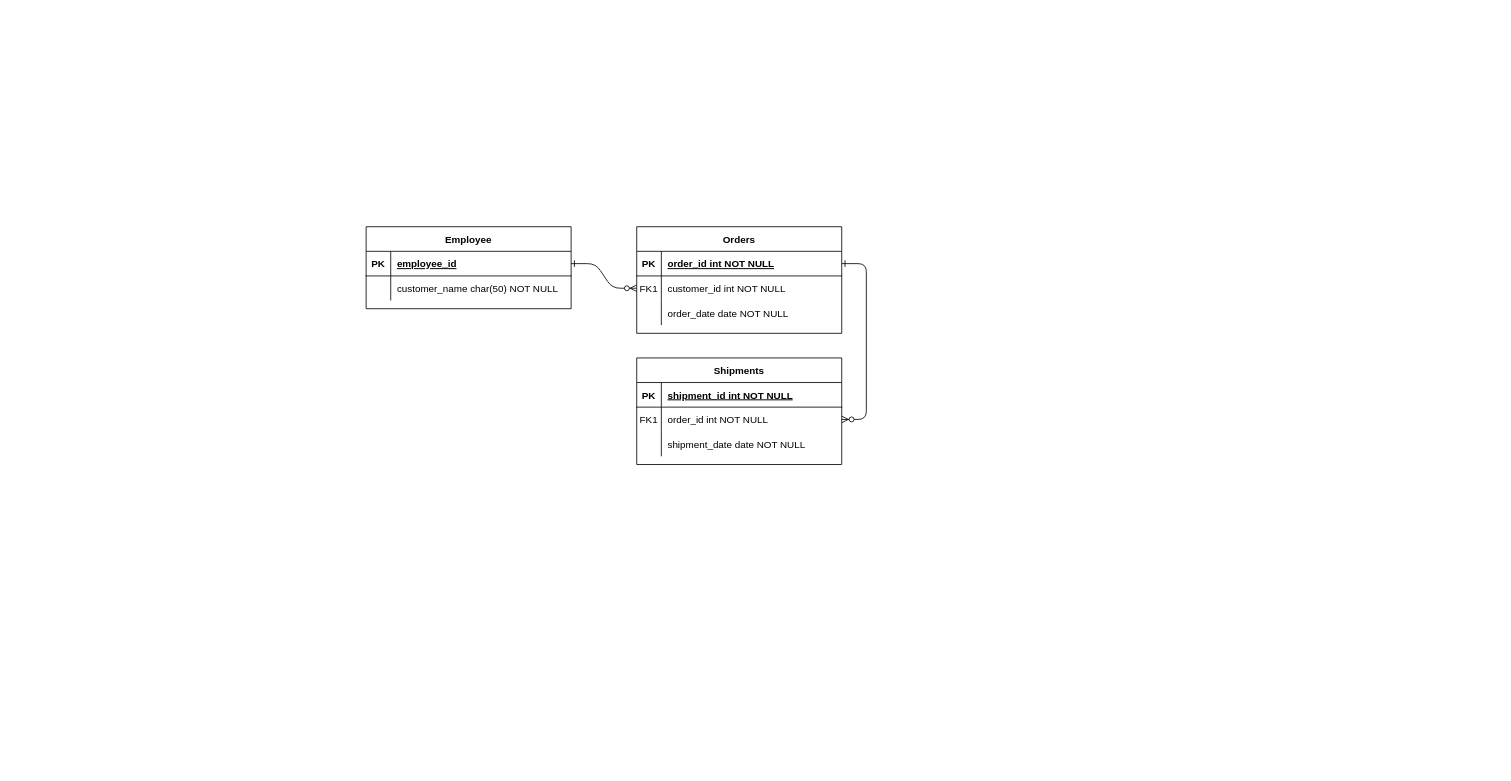
Earlier version of the draw.io diagram Untitled Diagram.drawio (solonarr/ET_test-analytics). Source tidied: cells renumbered, new cells numbered last; positions are measured from the earlier drawing's top-left corner, leaving out a move shared by most shapes. Both pictures are drawn from the tidied source at 82%, with x=0, y=0 at pixel (366, 226).
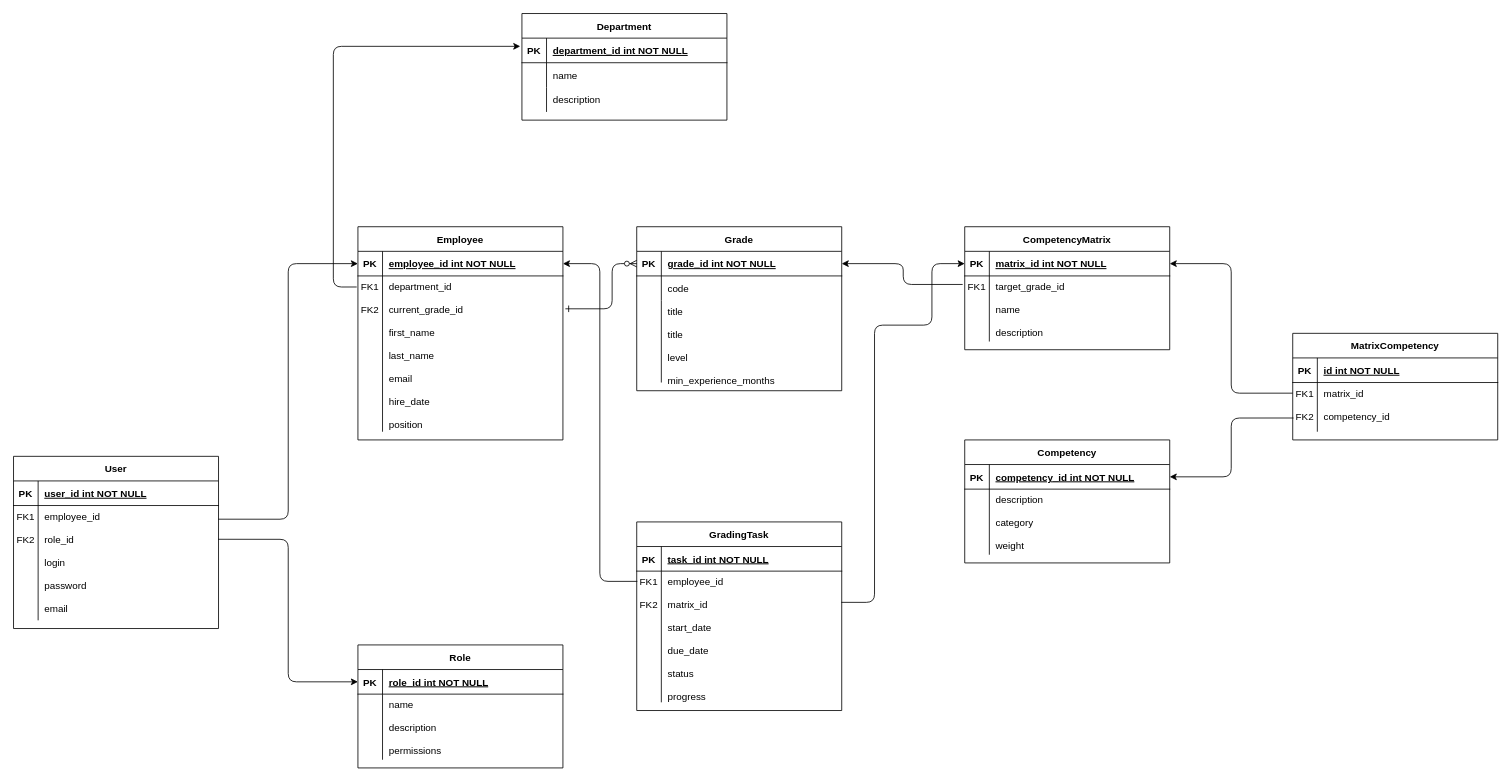
After the change.

Unchanged cells that the change refers to:
```xml
<mxCell id="5" style="shape=partialRectangle;fillColor=none;points=[[0,0.5],[1,0.5]];portConstraint=eastwest;top=0;left=0;right=0;bottom=1;" parent="4" vertex="1">
  <mxGeometry y="30" width="250" height="30" as="geometry" />
</mxCell>
<mxCell id="8" style="shape=partialRectangle;fillColor=none;points=[[0,0.5],[1,0.5]];portConstraint=eastwest;top=0;left=0;right=0;bottom=0;" parent="4" vertex="1">
  <mxGeometry y="60" width="250" height="30" as="geometry" />
</mxCell>
<mxCell id="15" style="shape=partialRectangle;fillColor=none;top=0;left=0;right=0;bottom=1;" parent="14" vertex="1">
  <mxGeometry y="30" width="250" height="30" as="geometry" />
</mxCell>
<mxCell id="18" style="shape=partialRectangle;fillColor=none;points=[[0,0.5],[1,0.5]];portConstraint=eastwest;top=0;left=0;right=0;bottom=0;" parent="14" vertex="1">
  <mxGeometry y="60" width="250" height="30" as="geometry" />
</mxCell>
<mxCell id="21" style="shape=partialRectangle;fillColor=none;top=0;left=0;right=0;bottom=0;" parent="14" vertex="1">
  <mxGeometry y="90" width="250" height="30" as="geometry" />
</mxCell>
<mxCell id="25" style="shape=partialRectangle;fillColor=none;points=[[0,0.5],[1,0.5]];portConstraint=eastwest;top=0;left=0;right=0;bottom=1;" parent="24" vertex="1">
  <mxGeometry y="30" width="250" height="30" as="geometry" />
</mxCell>
```

Change to the diagram source:
```diff
@@
-    <mxCell id="2" style="edgeStyle=entityRelationEdgeStyle;endArrow=ERzeroToMany;startArrow=ERone;endFill=1;startFill=0;" parent="1" edge="1" source="25" target="8">
-      <mxGeometry relative="1" as="geometry" />
+    <mxCell id="2" style="endArrow=ERzeroToMany;startArrow=ERone;endFill=1;startFill=0;exitX=1.012;exitY=0.211;exitDx=0;exitDy=0;exitPerimeter=0;entryX=0;entryY=0.5;entryDx=0;entryDy=0;edgeStyle=orthogonalEdgeStyle;" parent="1" edge="1" source="28" target="5">
+      <mxGeometry relative="1" as="geometry">
+        <Array as="points">
+          <mxPoint x="300" y="100" />
+          <mxPoint x="300" y="45" />
+        </Array>
+      </mxGeometry>
     </mxCell>
-    <mxCell id="3" style="edgeStyle=entityRelationEdgeStyle;endArrow=ERzeroToMany;startArrow=ERone;endFill=1;startFill=0;" parent="1" edge="1" source="5" target="18">
-      <mxGeometry relative="1" as="geometry" />
-    </mxCell>
-    <mxCell id="4" value="Orders" style="shape=table;startSize=30;childLayout=tableLayout;rowLines=0;fontStyle=1;align=center;" parent="1" vertex="1">
-      <mxGeometry x="330" width="250" height="130" as="geometry" />
+    <mxCell id="4" value="Grade" style="shape=table;startSize=30;childLayout=tableLayout;rowLines=0;fontStyle=1;align=center;" parent="1" vertex="1">
+      <mxGeometry x="330" width="250" height="200" as="geometry" />
     </mxCell>
@@
-    <mxCell id="7" value="order_id int NOT NULL " style="shape=partialRectangle;overflow=hidden;fillColor=none;top=0;left=0;bottom=0;right=0;align=left;spacingLeft=6;fontStyle=5;" parent="5" vertex="1">
+    <mxCell id="7" value="grade_id int NOT NULL" style="shape=partialRectangle;overflow=hidden;fillColor=none;top=0;left=0;bottom=0;right=0;align=left;spacingLeft=6;fontStyle=5;" parent="5" vertex="1">
       <mxGeometry x="30" width="220" height="30" as="geometry" />
     </mxCell>
@@
-    <mxCell id="9" value="FK1" style="shape=partialRectangle;overflow=hidden;fillColor=none;top=0;left=0;bottom=0;right=0;" parent="8" vertex="1">
+    <mxCell id="9" style="shape=partialRectangle;overflow=hidden;fillColor=none;top=0;left=0;bottom=0;right=0;" parent="8" vertex="1">
       <mxGeometry width="30" height="30" as="geometry" />
     </mxCell>
-    <mxCell id="10" value="customer_id int NOT NULL" style="shape=partialRectangle;overflow=hidden;fillColor=none;top=0;left=0;bottom=0;right=0;align=left;spacingLeft=6;" parent="8" vertex="1">
+    <mxCell id="10" value="code" style="shape=partialRectangle;overflow=hidden;fillColor=none;top=0;left=0;bottom=0;right=0;align=left;spacingLeft=6;" parent="8" vertex="1">
       <mxGeometry x="30" width="220" height="30" as="geometry" />
     </mxCell>
     <mxCell id="11" style="shape=partialRectangle;fillColor=none;top=0;left=0;right=0;bottom=0;" parent="4" vertex="1">
-      <mxGeometry y="90" width="250" height="30" as="geometry" />
+      <mxGeometry y="90" width="250" height="100" as="geometry" />
     </mxCell>
     <mxCell id="12" style="shape=partialRectangle;overflow=hidden;fillColor=none;top=0;left=0;bottom=0;right=0;" parent="11" vertex="1">
-      <mxGeometry width="30" height="30" as="geometry" />
+      <mxGeometry width="30" height="100" as="geometry" />
     </mxCell>
-    <mxCell id="13" value="order_date date NOT NULL" style="shape=partialRectangle;overflow=hidden;fillColor=none;top=0;left=0;bottom=0;right=0;align=left;spacingLeft=6;" parent="11" vertex="1">
-      <mxGeometry x="30" width="220" height="30" as="geometry" />
+    <mxCell id="13" value="title&#10;&#10;title&#10;&#10;level&#10;&#10;min_experience_months" style="shape=partialRectangle;overflow=hidden;fillColor=none;top=0;left=0;bottom=0;right=0;align=left;spacingLeft=6;verticalAlign=top;" parent="11" vertex="1">
+      <mxGeometry x="30" width="220" height="100" as="geometry" />
     </mxCell>
-    <mxCell id="14" value="Shipments" style="shape=table;startSize=30;childLayout=tableLayout;rowLines=0;fontStyle=1;align=center;" parent="1" vertex="1">
-      <mxGeometry x="330" y="160" width="250" height="130" as="geometry" />
+    <mxCell id="14" value="Department" style="shape=table;startSize=30;childLayout=tableLayout;rowLines=0;fontStyle=1;align=center;" parent="1" vertex="1">
+      <mxGeometry x="190" y="-260" width="250" height="130" as="geometry" />
     </mxCell>
@@
-    <mxCell id="17" value="shipment_id int NOT NULL " style="shape=partialRectangle;overflow=hidden;fillColor=none;top=0;left=0;bottom=0;right=0;align=left;spacingLeft=6;fontStyle=5;" parent="15" vertex="1">
+    <mxCell id="17" value="department_id int NOT NULL " style="shape=partialRectangle;overflow=hidden;fillColor=none;top=0;left=0;bottom=0;right=0;align=left;spacingLeft=6;fontStyle=5;" parent="15" vertex="1">
       <mxGeometry x="30" width="220" height="30" as="geometry" />
     </mxCell>
@@
-    <mxCell id="19" value="FK1" style="shape=partialRectangle;overflow=hidden;fillColor=none;top=0;left=0;bottom=0;right=0;" parent="18" vertex="1">
+    <mxCell id="19" style="shape=partialRectangle;overflow=hidden;fillColor=none;top=0;left=0;bottom=0;right=0;" parent="18" vertex="1">
       <mxGeometry width="30" height="30" as="geometry" />
     </mxCell>
-    <mxCell id="20" value="order_id int NOT NULL" style="shape=partialRectangle;overflow=hidden;fillColor=none;top=0;left=0;bottom=0;right=0;align=left;spacingLeft=6;" parent="18" vertex="1">
+    <mxCell id="20" value="name" style="shape=partialRectangle;overflow=hidden;fillColor=none;top=0;left=0;bottom=0;right=0;align=left;spacingLeft=6;" parent="18" vertex="1">
       <mxGeometry x="30" width="220" height="30" as="geometry" />
     </mxCell>
@@
-    <mxCell id="23" value="shipment_date date NOT NULL" style="shape=partialRectangle;overflow=hidden;fillColor=none;top=0;left=0;bottom=0;right=0;align=left;spacingLeft=6;" parent="21" vertex="1">
+    <mxCell id="23" value="description" style="shape=partialRectangle;overflow=hidden;fillColor=none;top=0;left=0;bottom=0;right=0;align=left;spacingLeft=6;" parent="21" vertex="1">
       <mxGeometry x="30" width="220" height="30" as="geometry" />
     </mxCell>
     <mxCell id="24" value="Employee" style="shape=table;startSize=30;childLayout=tableLayout;rowLines=0;fontStyle=1;align=center;" parent="1" vertex="1">
-      <mxGeometry width="250" height="100" as="geometry" />
+      <mxGeometry x="-10" width="250" height="260" as="geometry" />
     </mxCell>
@@
-    <mxCell id="27" value="employee_id " style="shape=partialRectangle;overflow=hidden;fillColor=none;top=0;left=0;bottom=0;right=0;align=left;spacingLeft=6;fontStyle=5;" parent="25" vertex="1">
+    <mxCell id="27" value="employee_id int NOT NULL" style="shape=partialRectangle;overflow=hidden;fillColor=none;top=0;left=0;bottom=0;right=0;align=left;spacingLeft=6;fontStyle=5;" parent="25" vertex="1">
       <mxGeometry x="30" width="220" height="30" as="geometry" />
     </mxCell>
     <mxCell id="28" style="shape=partialRectangle;fillColor=none;points=[[0,0.5],[1,0.5]];portConstraint=eastwest;top=0;left=0;right=0;bottom=0;" parent="24" vertex="1">
-      <mxGeometry y="60" width="250" height="30" as="geometry" />
+      <mxGeometry y="60" width="250" height="190" as="geometry" />
     </mxCell>
-    <mxCell id="29" style="shape=partialRectangle;overflow=hidden;fillColor=none;top=0;left=0;bottom=0;right=0;" parent="28" vertex="1">
-      <mxGeometry width="30" height="30" as="geometry" />
+    <mxCell id="29" value="FK1&#10;&#10;FK2" style="shape=partialRectangle;overflow=hidden;fillColor=none;top=0;left=0;bottom=0;right=0;verticalAlign=top;" parent="28" vertex="1">
+      <mxGeometry width="30" height="190" as="geometry" />
     </mxCell>
-    <mxCell id="30" value="customer_name char(50) NOT NULL" style="shape=partialRectangle;overflow=hidden;fillColor=none;top=0;left=0;bottom=0;right=0;align=left;spacingLeft=6;" parent="28" vertex="1">
-      <mxGeometry x="30" width="220" height="30" as="geometry" />
+    <mxCell id="30" value="department_id &#10;&#10;current_grade_id&#10;&#10;first_name&#10;&#10;last_name&#10;&#10;email&#10;&#10;hire_date&#10;&#10;position&#10; &#10;&#10;" style="shape=partialRectangle;overflow=hidden;fillColor=none;top=0;left=0;bottom=0;right=0;align=left;spacingLeft=6;verticalAlign=top;" parent="28" vertex="1">
+      <mxGeometry x="30" width="220" height="190" as="geometry" />
     </mxCell>
+    <mxCell id="31" value="CompetencyMatrix" style="shape=table;startSize=30;childLayout=tableLayout;rowLines=0;fontStyle=1;align=center;" parent="1" vertex="1">
+      <mxGeometry x="730" width="250" height="150" as="geometry" />
+    </mxCell>
+    <mxCell id="32" style="shape=partialRectangle;fillColor=none;points=[[0,0.5],[1,0.5]];portConstraint=eastwest;top=0;left=0;right=0;bottom=1;" parent="31" vertex="1">
+      <mxGeometry y="30" width="250" height="30" as="geometry" />
+    </mxCell>
+    <mxCell id="33" value="PK" style="shape=partialRectangle;overflow=hidden;fillColor=none;top=0;left=0;bottom=0;right=0;fontStyle=1;" parent="32" vertex="1">
+      <mxGeometry width="30" height="30" as="geometry" />
+    </mxCell>
+    <mxCell id="34" value="matrix_id int NOT NULL" style="shape=partialRectangle;overflow=hidden;fillColor=none;top=0;left=0;bottom=0;right=0;align=left;spacingLeft=6;fontStyle=5;" parent="32" vertex="1">
+      <mxGeometry x="30" width="220" height="30" as="geometry" />
+    </mxCell>
+    <mxCell id="35" style="shape=partialRectangle;fillColor=none;points=[[0,0.5],[1,0.5]];portConstraint=eastwest;top=0;left=0;right=0;bottom=0;" parent="31" vertex="1">
+      <mxGeometry y="60" width="250" height="80" as="geometry" />
+    </mxCell>
+    <mxCell id="36" value="FK1" style="shape=partialRectangle;overflow=hidden;fillColor=none;top=0;left=0;bottom=0;right=0;verticalAlign=top;" parent="35" vertex="1">
+      <mxGeometry width="30" height="80" as="geometry" />
+    </mxCell>
+    <mxCell id="37" value="target_grade_id&#10;&#10;name&#10;&#10;description " style="shape=partialRectangle;overflow=hidden;fillColor=none;top=0;left=0;bottom=0;right=0;align=left;spacingLeft=6;verticalAlign=top;" parent="35" vertex="1">
+      <mxGeometry x="30" width="220" height="80" as="geometry" />
+    </mxCell>
+    <mxCell id="38" style="edgeStyle=orthogonalEdgeStyle;rounded=1;jettySize=auto;html=1;exitX=-0.01;exitY=0.13;exitDx=0;exitDy=0;entryX=1;entryY=0.5;entryDx=0;entryDy=0;exitPerimeter=0;curved=0;" parent="1" edge="1" source="35" target="5">
+      <mxGeometry relative="1" as="geometry" />
+    </mxCell>
+    <mxCell id="39" value="Competency" style="shape=table;startSize=30;childLayout=tableLayout;rowLines=0;fontStyle=1;align=center;" parent="1" vertex="1">
+      <mxGeometry x="730" y="260" width="250" height="150" as="geometry" />
+    </mxCell>
+    <mxCell id="40" style="shape=partialRectangle;fillColor=none;points=[[0,0.5],[1,0.5]];portConstraint=eastwest;top=0;left=0;right=0;bottom=1;" parent="39" vertex="1">
+      <mxGeometry y="30" width="250" height="30" as="geometry" />
+    </mxCell>
+    <mxCell id="41" value="PK" style="shape=partialRectangle;overflow=hidden;fillColor=none;top=0;left=0;bottom=0;right=0;fontStyle=1;" parent="40" vertex="1">
+      <mxGeometry width="30" height="30" as="geometry" />
+    </mxCell>
+    <mxCell id="42" value="competency_id int NOT NULL" style="shape=partialRectangle;overflow=hidden;fillColor=none;top=0;left=0;bottom=0;right=0;align=left;spacingLeft=6;fontStyle=5;" parent="40" vertex="1">
+      <mxGeometry x="30" width="220" height="30" as="geometry" />
+    </mxCell>
+    <mxCell id="43" style="shape=partialRectangle;fillColor=none;top=0;left=0;right=0;bottom=0;" parent="39" vertex="1">
+      <mxGeometry y="60" width="250" height="80" as="geometry" />
+    </mxCell>
+    <mxCell id="44" style="shape=partialRectangle;overflow=hidden;fillColor=none;top=0;left=0;bottom=0;right=0;verticalAlign=top;" parent="43" vertex="1">
+      <mxGeometry width="30" height="80" as="geometry" />
+    </mxCell>
+    <mxCell id="45" value="description&#10;&#10;category&#10;&#10;weight" style="shape=partialRectangle;overflow=hidden;fillColor=none;top=0;left=0;bottom=0;right=0;align=left;spacingLeft=6;verticalAlign=top;" parent="43" vertex="1">
+      <mxGeometry x="30" width="220" height="80" as="geometry" />
+    </mxCell>
+    <mxCell id="46" style="edgeStyle=orthogonalEdgeStyle;rounded=1;jettySize=auto;html=1;exitX=-0.006;exitY=0.071;exitDx=0;exitDy=0;exitPerimeter=0;curved=0;" parent="1" edge="1" source="28">
+      <mxGeometry relative="1" as="geometry">
+        <mxPoint x="188" y="-220" as="targetPoint" />
+        <Array as="points">
+          <mxPoint x="-40" y="73" />
+          <mxPoint x="-40" y="-220" />
+          <mxPoint x="188" y="-220" />
+        </Array>
+      </mxGeometry>
+    </mxCell>
+    <mxCell id="47" value="MatrixCompetency" style="shape=table;startSize=30;childLayout=tableLayout;rowLines=0;fontStyle=1;align=center;" parent="1" vertex="1">
+      <mxGeometry x="1130" y="130" width="250" height="130" as="geometry" />
+    </mxCell>
+    <mxCell id="48" style="shape=partialRectangle;fillColor=none;top=0;left=0;right=0;bottom=1;" parent="47" vertex="1">
+      <mxGeometry y="30" width="250" height="30" as="geometry" />
+    </mxCell>
+    <mxCell id="49" value="PK" style="shape=partialRectangle;overflow=hidden;fillColor=none;top=0;left=0;bottom=0;right=0;fontStyle=1;" parent="48" vertex="1">
+      <mxGeometry width="30" height="30" as="geometry" />
+    </mxCell>
+    <mxCell id="50" value="id int NOT NULL" style="shape=partialRectangle;overflow=hidden;fillColor=none;top=0;left=0;bottom=0;right=0;align=left;spacingLeft=6;fontStyle=5;" parent="48" vertex="1">
+      <mxGeometry x="30" width="220" height="30" as="geometry" />
+    </mxCell>
+    <mxCell id="51" style="shape=partialRectangle;fillColor=none;points=[[0,0.5],[1,0.5]];portConstraint=eastwest;top=0;left=0;right=0;bottom=0;" parent="47" vertex="1">
+      <mxGeometry y="60" width="250" height="60" as="geometry" />
+    </mxCell>
+    <mxCell id="52" value="FK1&#10;&#10;FK2" style="shape=partialRectangle;overflow=hidden;fillColor=none;top=0;left=0;bottom=0;right=0;verticalAlign=top;" parent="51" vertex="1">
+      <mxGeometry width="30" height="60" as="geometry" />
+    </mxCell>
+    <mxCell id="53" value="matrix_id &#10;&#10;competency_id " style="shape=partialRectangle;overflow=hidden;fillColor=none;top=0;left=0;bottom=0;right=0;align=left;spacingLeft=6;verticalAlign=top;" parent="51" vertex="1">
+      <mxGeometry x="30" width="220" height="60" as="geometry" />
+    </mxCell>
+    <mxCell id="54" style="edgeStyle=orthogonalEdgeStyle;rounded=1;jettySize=auto;html=1;exitX=0.004;exitY=0.721;exitDx=0;exitDy=0;entryX=1;entryY=0.5;entryDx=0;entryDy=0;curved=0;exitPerimeter=0;" parent="1" edge="1" source="51" target="40">
+      <mxGeometry relative="1" as="geometry" />
+    </mxCell>
+    <mxCell id="55" style="edgeStyle=orthogonalEdgeStyle;rounded=1;jettySize=auto;html=1;exitX=0;exitY=0.216;exitDx=0;exitDy=0;entryX=1;entryY=0.5;entryDx=0;entryDy=0;curved=0;exitPerimeter=0;" parent="1" edge="1" source="51" target="32">
+      <mxGeometry relative="1" as="geometry">
+        <Array as="points">
+          <mxPoint x="1055" y="203" />
+          <mxPoint x="1055" y="45" />
+        </Array>
+      </mxGeometry>
+    </mxCell>
+    <mxCell id="56" value="GradingTask" style="shape=table;startSize=30;childLayout=tableLayout;rowLines=0;fontStyle=1;align=center;" parent="1" vertex="1">
+      <mxGeometry x="330" y="360" width="250" height="230" as="geometry" />
+    </mxCell>
+    <mxCell id="57" style="shape=partialRectangle;fillColor=none;top=0;left=0;right=0;bottom=1;" parent="56" vertex="1">
+      <mxGeometry y="30" width="250" height="30" as="geometry" />
+    </mxCell>
+    <mxCell id="58" value="PK" style="shape=partialRectangle;overflow=hidden;fillColor=none;top=0;left=0;bottom=0;right=0;fontStyle=1;" parent="57" vertex="1">
+      <mxGeometry width="30" height="30" as="geometry" />
+    </mxCell>
+    <mxCell id="59" value="task_id int NOT NULL" style="shape=partialRectangle;overflow=hidden;fillColor=none;top=0;left=0;bottom=0;right=0;align=left;spacingLeft=6;fontStyle=5;" parent="57" vertex="1">
+      <mxGeometry x="30" width="220" height="30" as="geometry" />
+    </mxCell>
+    <mxCell id="60" style="shape=partialRectangle;fillColor=none;points=[[0,0.5],[1,0.5]];portConstraint=eastwest;top=0;left=0;right=0;bottom=0;" parent="56" vertex="1">
+      <mxGeometry y="60" width="250" height="160" as="geometry" />
+    </mxCell>
+    <mxCell id="61" value="FK1&#10;&#10;FK2" style="shape=partialRectangle;overflow=hidden;fillColor=none;top=0;left=0;bottom=0;right=0;verticalAlign=top;" parent="60" vertex="1">
+      <mxGeometry width="30" height="160" as="geometry" />
+    </mxCell>
+    <mxCell id="62" value="employee_id &#10;&#10;matrix_id&#10;&#10;start_date&#10;&#10;due_date&#10;&#10;status&#10;&#10;progress " style="shape=partialRectangle;overflow=hidden;fillColor=none;top=0;left=0;bottom=0;right=0;align=left;spacingLeft=6;verticalAlign=top;" parent="60" vertex="1">
+      <mxGeometry x="30" width="220" height="160" as="geometry" />
+    </mxCell>
+    <mxCell id="63" style="edgeStyle=orthogonalEdgeStyle;rounded=1;jettySize=auto;html=1;exitX=0.003;exitY=0.078;exitDx=0;exitDy=0;entryX=1;entryY=0.5;entryDx=0;entryDy=0;curved=0;exitPerimeter=0;" parent="1" edge="1" source="60" target="25">
+      <mxGeometry relative="1" as="geometry" />
+    </mxCell>
+    <mxCell id="64" style="edgeStyle=orthogonalEdgeStyle;rounded=1;jettySize=auto;html=1;exitX=0.998;exitY=0.238;exitDx=0;exitDy=0;entryX=0;entryY=0.5;entryDx=0;entryDy=0;curved=0;exitPerimeter=0;" parent="1" edge="1" source="60" target="32">
+      <mxGeometry relative="1" as="geometry">
+        <Array as="points">
+          <mxPoint x="620" y="458" />
+          <mxPoint x="620" y="120" />
+          <mxPoint x="690" y="120" />
+          <mxPoint x="690" y="45" />
+        </Array>
+      </mxGeometry>
+    </mxCell>
+    <mxCell id="65" value="Role" style="shape=table;startSize=30;childLayout=tableLayout;rowLines=0;fontStyle=1;align=center;" parent="1" vertex="1">
+      <mxGeometry x="-10" y="510" width="250" height="150" as="geometry" />
+    </mxCell>
+    <mxCell id="66" style="shape=partialRectangle;fillColor=none;points=[[0,0.5],[1,0.5]];portConstraint=eastwest;top=0;left=0;right=0;bottom=1;" parent="65" vertex="1">
+      <mxGeometry y="30" width="250" height="30" as="geometry" />
+    </mxCell>
+    <mxCell id="67" value="PK" style="shape=partialRectangle;overflow=hidden;fillColor=none;top=0;left=0;bottom=0;right=0;fontStyle=1;" parent="66" vertex="1">
+      <mxGeometry width="30" height="30" as="geometry" />
+    </mxCell>
+    <mxCell id="68" value="role_id int NOT NULL" style="shape=partialRectangle;overflow=hidden;fillColor=none;top=0;left=0;bottom=0;right=0;align=left;spacingLeft=6;fontStyle=5;" parent="66" vertex="1">
+      <mxGeometry x="30" width="220" height="30" as="geometry" />
+    </mxCell>
+    <mxCell id="69" style="shape=partialRectangle;fillColor=none;top=0;left=0;right=0;bottom=0;" parent="65" vertex="1">
+      <mxGeometry y="60" width="250" height="80" as="geometry" />
+    </mxCell>
+    <mxCell id="70" style="shape=partialRectangle;overflow=hidden;fillColor=none;top=0;left=0;bottom=0;right=0;verticalAlign=top;" parent="69" vertex="1">
+      <mxGeometry width="30" height="80" as="geometry" />
+    </mxCell>
+    <mxCell id="71" value="name&#10;&#10;description&#10;&#10;permissions&#10;" style="shape=partialRectangle;overflow=hidden;fillColor=none;top=0;left=0;bottom=0;right=0;align=left;spacingLeft=6;verticalAlign=top;" parent="69" vertex="1">
+      <mxGeometry x="30" width="220" height="80" as="geometry" />
+    </mxCell>
+    <mxCell id="72" value="User" style="shape=table;startSize=30;childLayout=tableLayout;rowLines=0;fontStyle=1;align=center;" parent="1" vertex="1">
+      <mxGeometry x="-430" y="280" width="250" height="210" as="geometry" />
+    </mxCell>
+    <mxCell id="73" style="shape=partialRectangle;fillColor=none;top=0;left=0;right=0;bottom=1;" parent="72" vertex="1">
+      <mxGeometry y="30" width="250" height="30" as="geometry" />
+    </mxCell>
+    <mxCell id="74" value="PK" style="shape=partialRectangle;overflow=hidden;fillColor=none;top=0;left=0;bottom=0;right=0;fontStyle=1;" parent="73" vertex="1">
+      <mxGeometry width="30" height="30" as="geometry" />
+    </mxCell>
+    <mxCell id="75" value="user_id int NOT NULL" style="shape=partialRectangle;overflow=hidden;fillColor=none;top=0;left=0;bottom=0;right=0;align=left;spacingLeft=6;fontStyle=5;" parent="73" vertex="1">
+      <mxGeometry x="30" width="220" height="30" as="geometry" />
+    </mxCell>
+    <mxCell id="76" style="shape=partialRectangle;fillColor=none;points=[[0,0.5],[1,0.5]];portConstraint=eastwest;top=0;left=0;right=0;bottom=0;" parent="72" vertex="1">
+      <mxGeometry y="60" width="250" height="140" as="geometry" />
+    </mxCell>
+    <mxCell id="77" value="FK1&#10;&#10;FK2" style="shape=partialRectangle;overflow=hidden;fillColor=none;top=0;left=0;bottom=0;right=0;verticalAlign=top;" parent="76" vertex="1">
+      <mxGeometry width="30" height="140" as="geometry" />
+    </mxCell>
+    <mxCell id="78" value="employee_id &#10;&#10;role_id&#10;&#10;login&#10;&#10;password&#10;&#10;email&#10;" style="shape=partialRectangle;overflow=hidden;fillColor=none;top=0;left=0;bottom=0;right=0;align=left;spacingLeft=6;verticalAlign=top;" parent="76" vertex="1">
+      <mxGeometry x="30" width="220" height="140" as="geometry" />
+    </mxCell>
+    <mxCell id="79" style="edgeStyle=orthogonalEdgeStyle;rounded=1;jettySize=auto;html=1;exitX=0.998;exitY=0.294;exitDx=0;exitDy=0;entryX=0;entryY=0.5;entryDx=0;entryDy=0;curved=0;exitPerimeter=0;" parent="1" edge="1" source="76" target="66">
+      <mxGeometry relative="1" as="geometry" />
+    </mxCell>
+    <mxCell id="80" style="edgeStyle=orthogonalEdgeStyle;rounded=1;jettySize=auto;html=1;exitX=0.999;exitY=0.119;exitDx=0;exitDy=0;entryX=0;entryY=0.5;entryDx=0;entryDy=0;curved=0;exitPerimeter=0;" parent="1" edge="1" source="76" target="25">
+      <mxGeometry relative="1" as="geometry" />
+    </mxCell>
```
